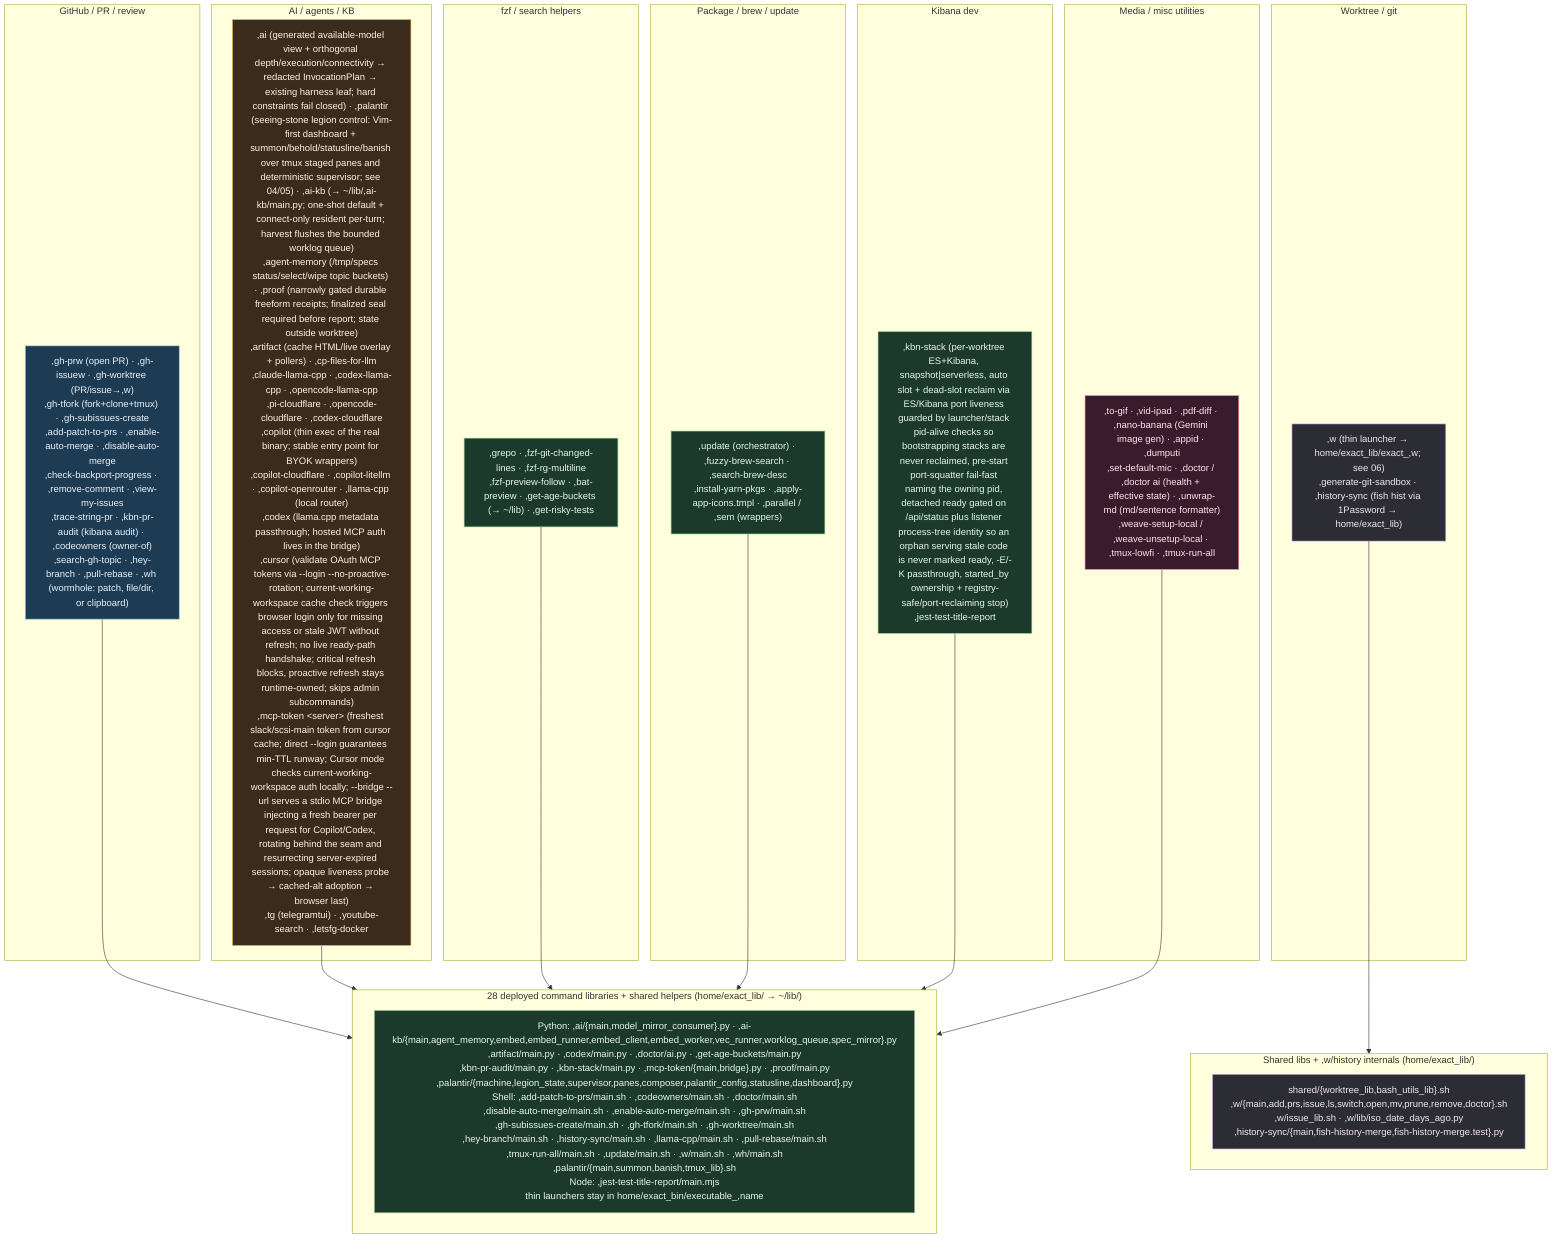
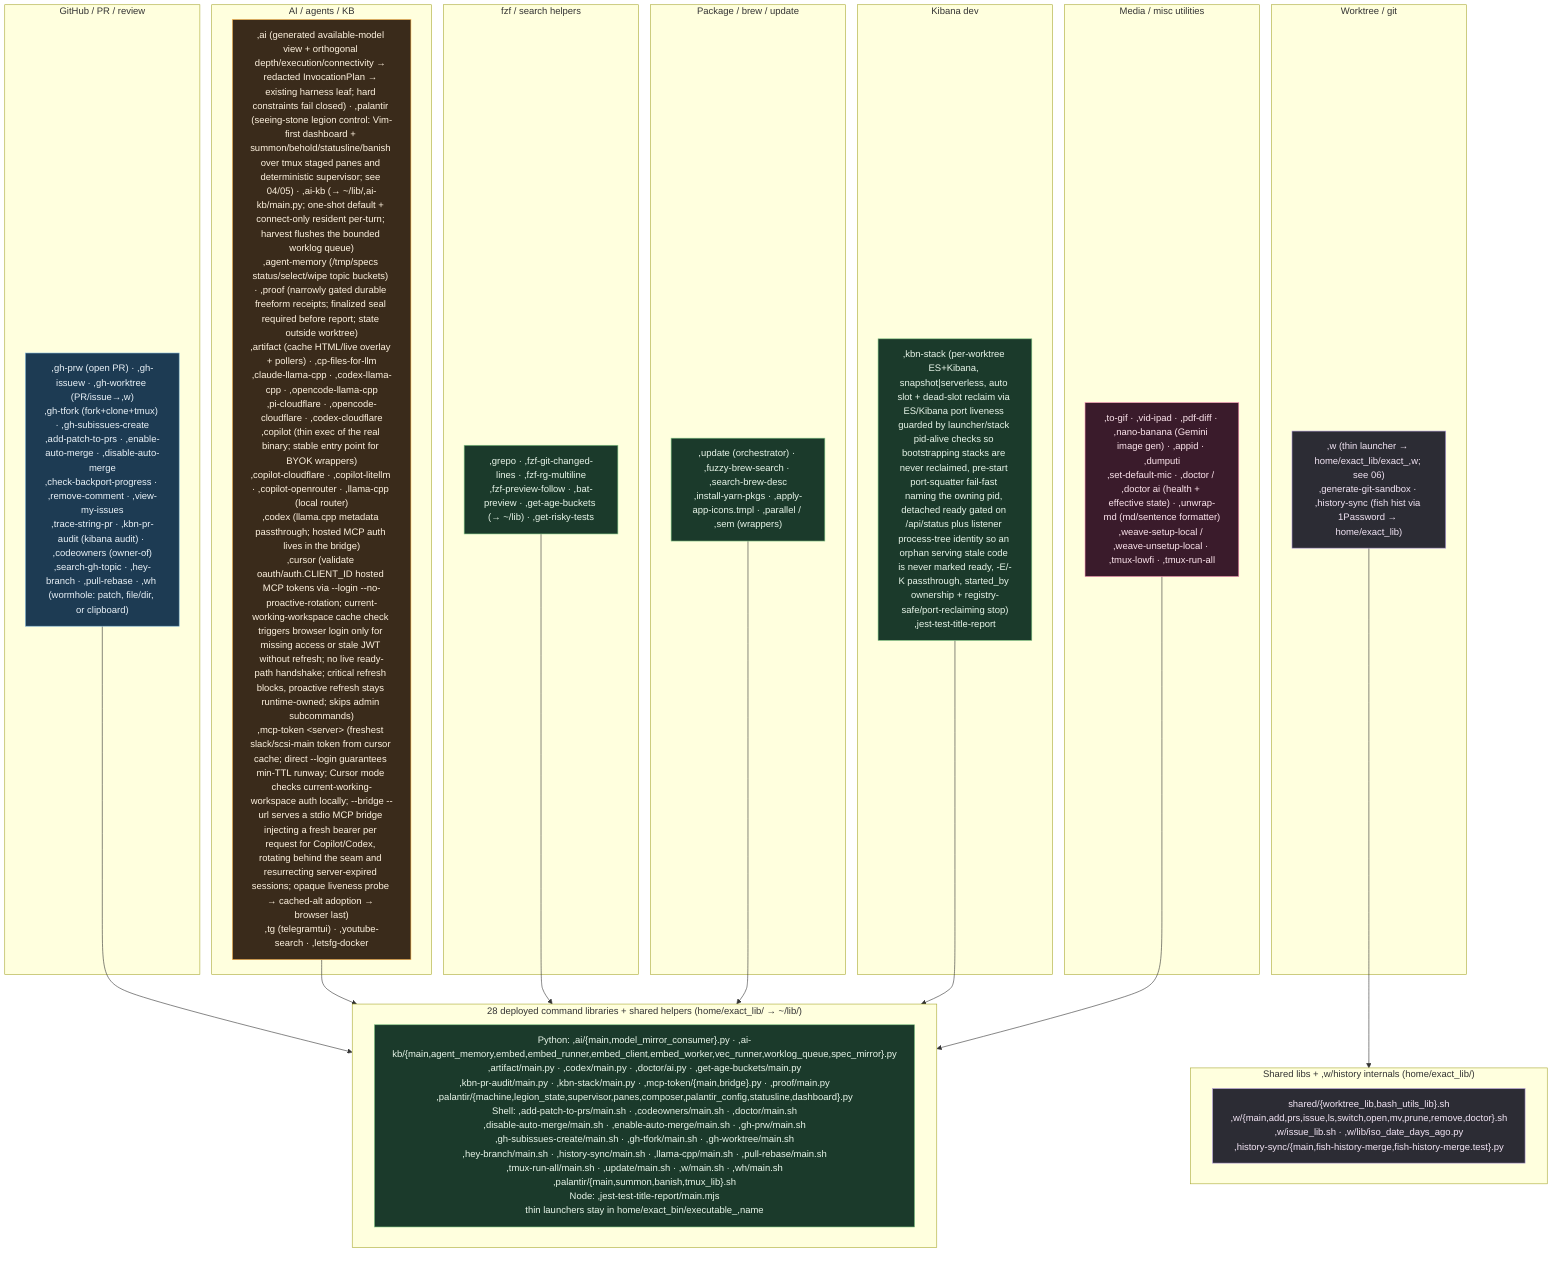
%% ============================================================================
%% 07c-bin-commands.mmd — Every thin command in home/exact_bin/ (74 thin commands)
%% plus deployed internals in home/exact_lib/ (66 command/shared library files).
%% executable_,* → ~/bin/,* (comma-prefixed user commands); home/exact_lib/exact_,name/
%% → ~/lib/,name/. verify-bin-surface keeps each command covered by fish
%% completions, docs, catalog, and non-orphaned command libraries.
%% ============================================================================
flowchart TB
    classDef gh fill:#1d3b53,stroke:#7fb3d5,color:#eaf2f8;
    classDef wt fill:#2c2c34,stroke:#b39ddb,color:#f3e5f5;
    classDef ai fill:#3a2b1b,stroke:#ffb74d,color:#fff3e0;
    classDef media fill:#3a1b2b,stroke:#f48fb1,color:#fce4ec;
    classDef sys fill:#1b3a2b,stroke:#81c784,color:#e8f5e9;

    subgraph GHC["GitHub / PR / review"]
        G[",gh-prw (open PR) · ,gh-issuew · ,gh-worktree (PR/issue→,w)<br/>,gh-tfork (fork+clone+tmux) · ,gh-subissues-create<br/>,add-patch-to-prs · ,enable-auto-merge · ,disable-auto-merge<br/>,check-backport-progress · ,remove-comment · ,view-my-issues<br/>,trace-string-pr · ,kbn-pr-audit (kibana audit) · ,codeowners (owner-of)<br/>,search-gh-topic · ,hey-branch · ,pull-rebase · ,wh (wormhole: patch, file/dir, or clipboard)"]:::gh
    end

    subgraph WTC["Worktree / git"]
        W[",w (thin launcher → home/exact_lib/exact_,w; see 06)<br/>,generate-git-sandbox · ,history-sync (fish hist via 1Password → home/exact_lib)"]:::wt
    end

    subgraph AIC["AI / agents / KB"]
-         A[",ai (generated available-model view + orthogonal depth/execution/connectivity → redacted InvocationPlan → existing harness leaf; hard constraints fail closed) · ,palantir (seeing-stone legion control: Vim-first dashboard + summon/behold/statusline/banish over tmux staged panes and deterministic supervisor; see 04/05) · ,ai-kb (→ ~/lib/,ai-kb/main.py; one-shot default + connect-only resident per-turn; harvest flushes the bounded worklog queue)<br/>,agent-memory (/tmp/specs status/select/wipe topic buckets) · ,proof (narrowly gated durable freeform receipts; finalized seal required before report; state outside worktree)<br/>,artifact (cache HTML/live overlay + pollers) · ,cp-files-for-llm<br/>,claude-llama-cpp · ,codex-llama-cpp · ,opencode-llama-cpp<br/>,pi-cloudflare · ,opencode-cloudflare · ,codex-cloudflare<br/>,copilot (thin exec of the real binary; stable entry point for BYOK wrappers)<br/>,copilot-cloudflare · ,copilot-litellm · ,copilot-openrouter · ,llama-cpp (local router)<br/>,codex (llama.cpp metadata passthrough; hosted MCP auth lives in the bridge)<br/>,cursor (validate OAuth MCP tokens via --login --no-proactive-rotation; current-working-workspace cache check triggers browser login only for missing access or stale JWT without refresh; no live ready-path handshake; critical refresh blocks, proactive refresh stays runtime-owned; skips admin subcommands)<br/>,mcp-token &lt;server&gt; (freshest slack/scsi-main token from cursor cache; direct --login guarantees min-TTL runway; Cursor mode checks current-working-workspace auth locally; --bridge --url serves a stdio MCP bridge injecting a fresh bearer per request for Copilot/Codex, rotating behind the seam and resurrecting server-expired sessions; opaque liveness probe → cached-alt adoption → browser last)<br/>,tg (telegramtui) · ,youtube-search · ,letsfg-docker"]:::ai
+         A[",ai (generated available-model view + orthogonal depth/execution/connectivity → redacted InvocationPlan → existing harness leaf; hard constraints fail closed) · ,palantir (seeing-stone legion control: Vim-first dashboard + summon/behold/statusline/banish over tmux staged panes and deterministic supervisor; see 04/05) · ,ai-kb (→ ~/lib/,ai-kb/main.py; one-shot default + connect-only resident per-turn; harvest flushes the bounded worklog queue)<br/>,agent-memory (/tmp/specs status/select/wipe topic buckets) · ,proof (narrowly gated durable freeform receipts; finalized seal required before report; state outside worktree)<br/>,artifact (cache HTML/live overlay + pollers) · ,cp-files-for-llm<br/>,claude-llama-cpp · ,codex-llama-cpp · ,opencode-llama-cpp<br/>,pi-cloudflare · ,opencode-cloudflare · ,codex-cloudflare<br/>,copilot (thin exec of the real binary; stable entry point for BYOK wrappers)<br/>,copilot-cloudflare · ,copilot-litellm · ,copilot-openrouter · ,llama-cpp (local router)<br/>,codex (llama.cpp metadata passthrough; hosted MCP auth lives in the bridge)<br/>,cursor (validate oauth/auth.CLIENT_ID hosted MCP tokens via --login --no-proactive-rotation; current-working-workspace cache check triggers browser login only for missing access or stale JWT without refresh; no live ready-path handshake; critical refresh blocks, proactive refresh stays runtime-owned; skips admin subcommands)<br/>,mcp-token &lt;server&gt; (freshest slack/scsi-main token from cursor cache; direct --login guarantees min-TTL runway; Cursor mode checks current-working-workspace auth locally; --bridge --url serves a stdio MCP bridge injecting a fresh bearer per request for Copilot/Codex, rotating behind the seam and resurrecting server-expired sessions; opaque liveness probe → cached-alt adoption → browser last)<br/>,tg (telegramtui) · ,youtube-search · ,letsfg-docker"]:::ai
    end

    subgraph FZFC["fzf / search helpers"]
        F[",grepo · ,fzf-git-changed-lines · ,fzf-rg-multiline<br/>,fzf-preview-follow · ,bat-preview · ,get-age-buckets (→ ~/lib) · ,get-risky-tests"]:::sys
    end

    subgraph PKGC["Package / brew / update"]
        P[",update (orchestrator) · ,fuzzy-brew-search · ,search-brew-desc<br/>,install-yarn-pkgs · ,apply-app-icons.tmpl · ,parallel / ,sem (wrappers)"]:::sys
    end

    subgraph KBNC["Kibana dev"]
        K[",kbn-stack (per-worktree ES+Kibana, snapshot|serverless, auto slot + dead-slot reclaim via ES/Kibana port liveness guarded by launcher/stack pid-alive checks so bootstrapping stacks are never reclaimed, pre-start port-squatter fail-fast naming the owning pid, detached ready gated on /api/status plus listener process-tree identity so an orphan serving stale code is never marked ready, -E/-K passthrough, started_by ownership + registry-safe/port-reclaiming stop)<br/>,jest-test-title-report"]:::sys
    end

    subgraph MEDIA["Media / misc utilities"]
        M[",to-gif · ,vid-ipad · ,pdf-diff · ,nano-banana (Gemini image gen) · ,appid · ,dumputi<br/>,set-default-mic · ,doctor / ,doctor ai (health + effective state) · ,unwrap-md (md/sentence formatter)<br/>,weave-setup-local / ,weave-unsetup-local · ,tmux-lowfi · ,tmux-run-all"]:::media
    end

    subgraph LIBS["Shared libs + ,w/history internals (home/exact_lib/)"]
        L["shared/{worktree_lib,bash_utils_lib}.sh<br/>,w/{main,add,prs,issue,ls,switch,open,mv,prune,remove,doctor}.sh<br/>,w/issue_lib.sh · ,w/lib/iso_date_days_ago.py<br/>,history-sync/{main,fish-history-merge,fish-history-merge.test}.py"]:::wt
    end
    W --> LIBS

    subgraph CMDLIBS["28 deployed command libraries + shared helpers (home/exact_lib/ → ~/lib/)"]
        CL["Python: ,ai/{main,model_mirror_consumer}.py · ,ai-kb/{main,agent_memory,embed,embed_runner,embed_client,embed_worker,vec_runner,worklog_queue,spec_mirror}.py<br/>,artifact/main.py · ,codex/main.py · ,doctor/ai.py · ,get-age-buckets/main.py<br/>,kbn-pr-audit/main.py · ,kbn-stack/main.py · ,mcp-token/{main,bridge}.py · ,proof/main.py<br/>,palantir/{machine,legion_state,supervisor,panes,composer,palantir_config,statusline,dashboard}.py<br/>Shell: ,add-patch-to-prs/main.sh · ,codeowners/main.sh · ,doctor/main.sh<br/>,disable-auto-merge/main.sh · ,enable-auto-merge/main.sh · ,gh-prw/main.sh<br/>,gh-subissues-create/main.sh · ,gh-tfork/main.sh · ,gh-worktree/main.sh<br/>,hey-branch/main.sh · ,history-sync/main.sh · ,llama-cpp/main.sh · ,pull-rebase/main.sh<br/>,tmux-run-all/main.sh · ,update/main.sh · ,w/main.sh · ,wh/main.sh<br/>,palantir/{main,summon,banish,tmux_lib}.sh<br/>Node: ,jest-test-title-report/main.mjs<br/>thin launchers stay in home/exact_bin/executable_,name"]:::sys
    end
    G --> CMDLIBS
    A --> CMDLIBS
    F --> CMDLIBS
    P --> CMDLIBS
    K --> CMDLIBS
    M --> CMDLIBS
